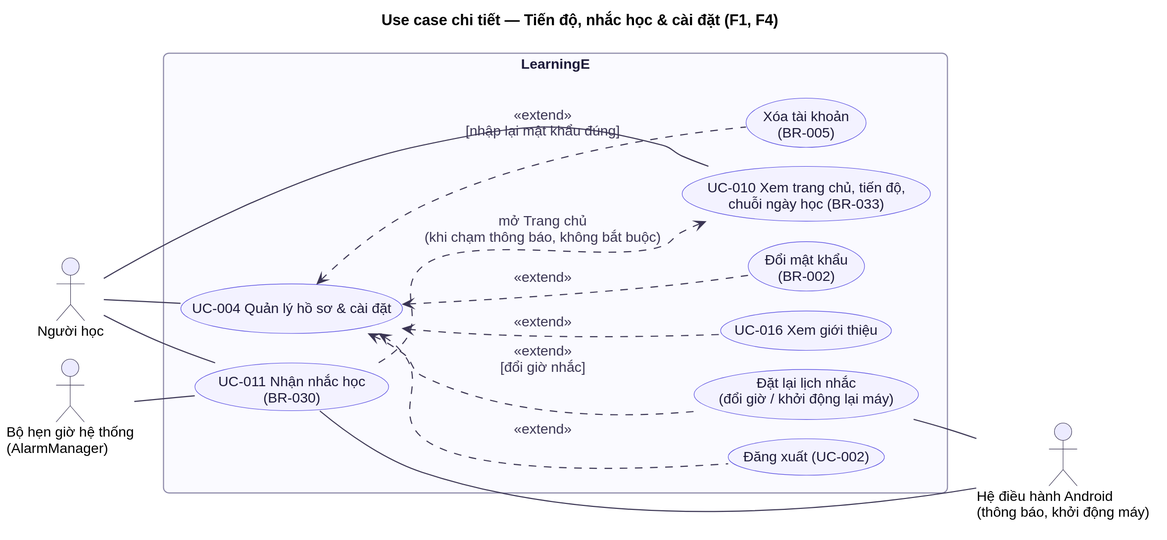
Earlier version of the PlantUML export docs/diagrams/usecase/uc-06-tien-do-nhac-hoc-cai-dat.svg (at1308033-sketch/LearningE_app). Its diagram source:
```plantuml
@startuml
!include ../_style.puml
title Use case chi tiết — Tiến độ, nhắc học & cài đặt (F1, F4)
left to right direction

actor "Người học" as N
actor "Bộ hẹn giờ hệ thống\n(AlarmManager)" as T
actor "Hệ điều hành Android\n(thông báo, khởi động máy)" as OS

rectangle "LearningE" {
  usecase "UC-010 Xem trang chủ, tiến độ,\nchuỗi ngày học (BR-033)" as UC10
  usecase "UC-011 Nhận nhắc học\n(BR-030)" as UC11
  usecase "Đặt lại lịch nhắc\n(đổi giờ / khởi động lại máy)" as SCH
  usecase "UC-004 Quản lý hồ sơ & cài đặt" as UC4
  usecase "Đổi mật khẩu\n(BR-002)" as PWD
  usecase "Xóa tài khoản\n(BR-005)" as DEL
  usecase "Đăng xuất (UC-002)" as OUT
  usecase "UC-016 Xem giới thiệu" as UC16
}

N -- UC10
N -- UC4
N -- UC11
T -- UC11

UC11 ..> UC10 : mở Trang chủ\n(khi chạm thông báo, không bắt buộc)
UC4 <.. PWD : <<extend>>
UC4 <.. DEL : <<extend>>\n[nhập lại mật khẩu đúng]
UC4 <.. OUT : <<extend>>
UC4 <.. UC16 : <<extend>>
UC4 <.. SCH : <<extend>>\n[đổi giờ nhắc]
UC11 -- OS
SCH -- OS
@enduml
```
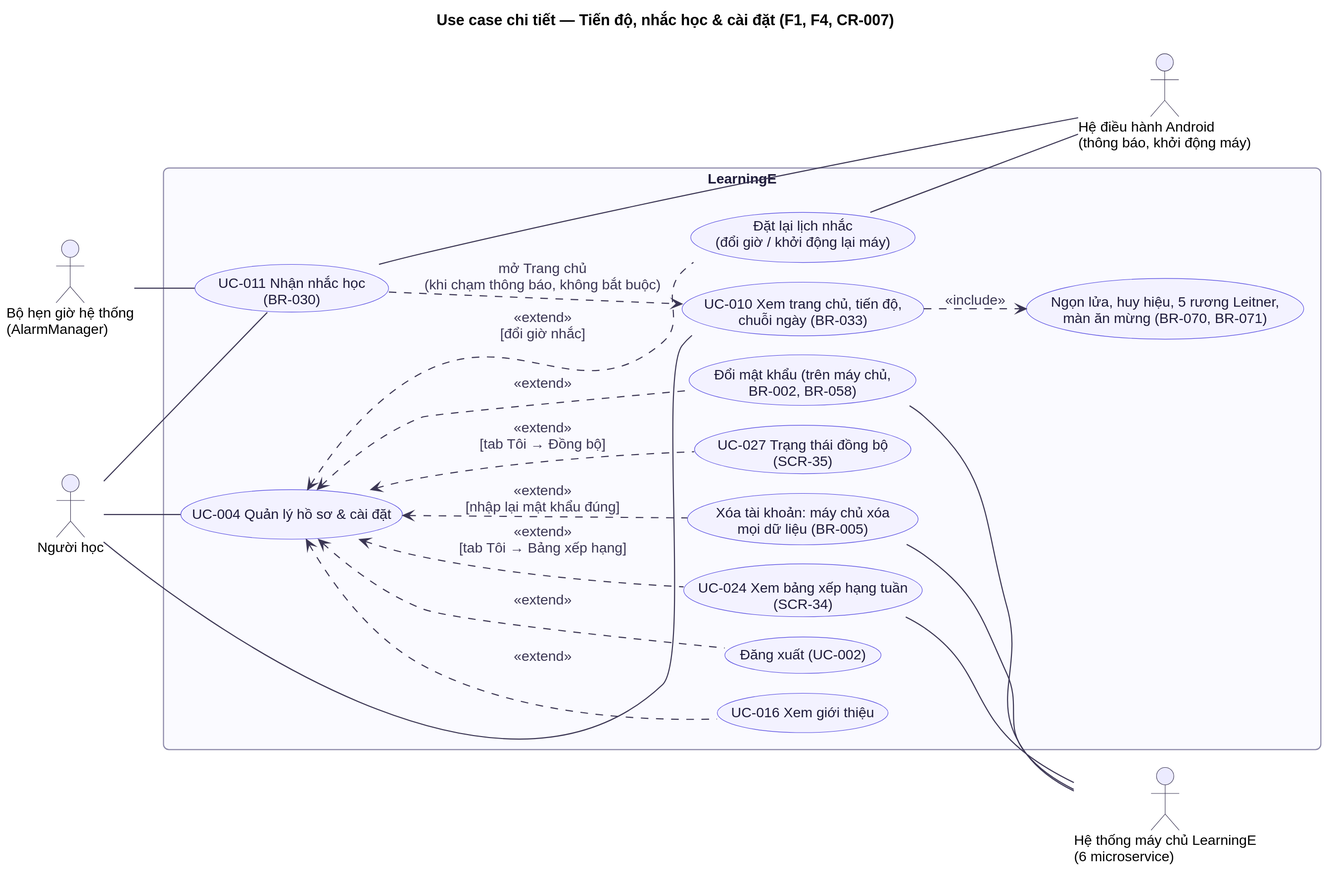
Above is the later version.

Change to the diagram source:
```diff
@@ -1,19 +1,23 @@
 @startuml
 !include ../_style.puml
-title Use case chi tiết — Tiến độ, nhắc học & cài đặt (F1, F4)
+title Use case chi tiết — Tiến độ, nhắc học & cài đặt (F1, F4, CR-007)
 left to right direction
 
 actor "Người học" as N
+actor "Hệ thống máy chủ LearningE\n(6 microservice)" as SV
 actor "Bộ hẹn giờ hệ thống\n(AlarmManager)" as T
 actor "Hệ điều hành Android\n(thông báo, khởi động máy)" as OS
 
 rectangle "LearningE" {
-  usecase "UC-010 Xem trang chủ, tiến độ,\nchuỗi ngày học (BR-033)" as UC10
+  usecase "UC-010 Xem trang chủ, tiến độ,\nchuỗi ngày (BR-033)" as UC10
+  usecase "Ngọn lửa, huy hiệu, 5 rương Leitner,\nmàn ăn mừng (BR-070, BR-071)" as PIX
+  usecase "UC-024 Xem bảng xếp hạng tuần\n(SCR-34)" as UC24
+  usecase "UC-027 Trạng thái đồng bộ\n(SCR-35)" as UC27
   usecase "UC-011 Nhận nhắc học\n(BR-030)" as UC11
   usecase "Đặt lại lịch nhắc\n(đổi giờ / khởi động lại máy)" as SCH
   usecase "UC-004 Quản lý hồ sơ & cài đặt" as UC4
-  usecase "Đổi mật khẩu\n(BR-002)" as PWD
-  usecase "Xóa tài khoản\n(BR-005)" as DEL
+  usecase "Đổi mật khẩu (trên máy chủ,\nBR-002, BR-058)" as PWD
+  usecase "Xóa tài khoản: máy chủ xóa\nmọi dữ liệu (BR-005)" as DEL
   usecase "Đăng xuất (UC-002)" as OUT
   usecase "UC-016 Xem giới thiệu" as UC16
 }
@@ -22,13 +26,19 @@
 N -- UC4
 N -- UC11
 T -- UC11
+PWD -- SV
+DEL -- SV
+UC24 -- SV
 
+UC10 ..> PIX : <<include>>
 UC11 ..> UC10 : mở Trang chủ\n(khi chạm thông báo, không bắt buộc)
 UC4 <.. PWD : <<extend>>
 UC4 <.. DEL : <<extend>>\n[nhập lại mật khẩu đúng]
 UC4 <.. OUT : <<extend>>
 UC4 <.. UC16 : <<extend>>
 UC4 <.. SCH : <<extend>>\n[đổi giờ nhắc]
+UC4 <.. UC24 : <<extend>>\n[tab Tôi → Bảng xếp hạng]
+UC4 <.. UC27 : <<extend>>\n[tab Tôi → Đồng bộ]
 UC11 -- OS
 SCH -- OS
 @enduml
```
